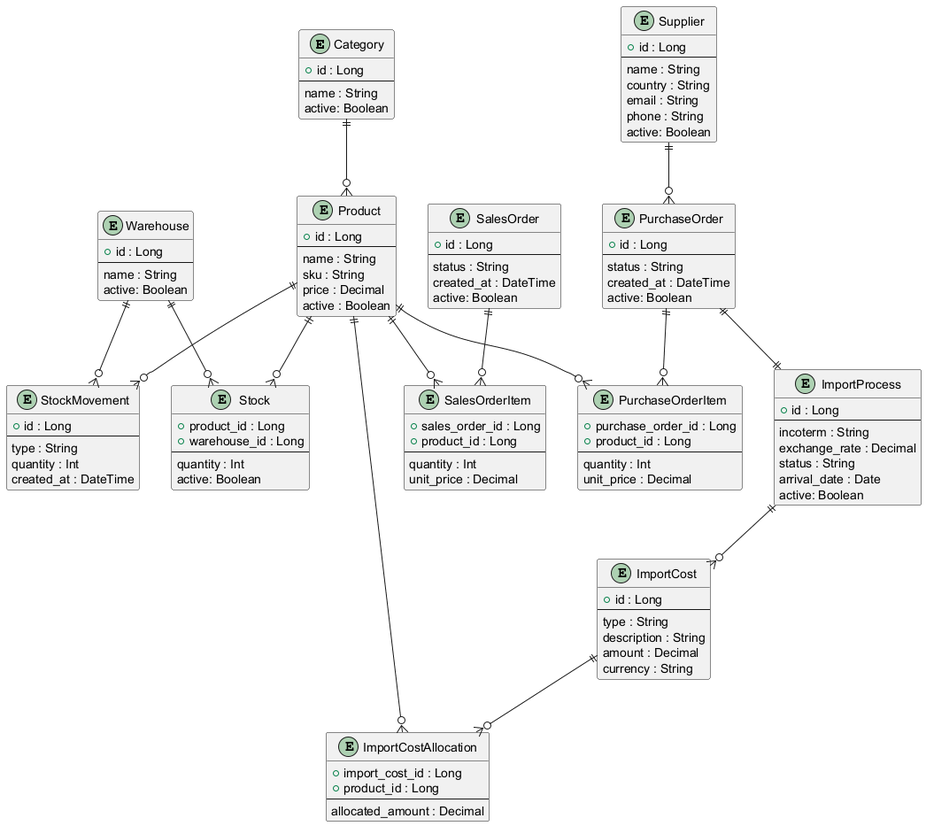
Above: docs/all_@startuml.png in gabrielleite03/kenjix_persist (PlantUML), before the change.
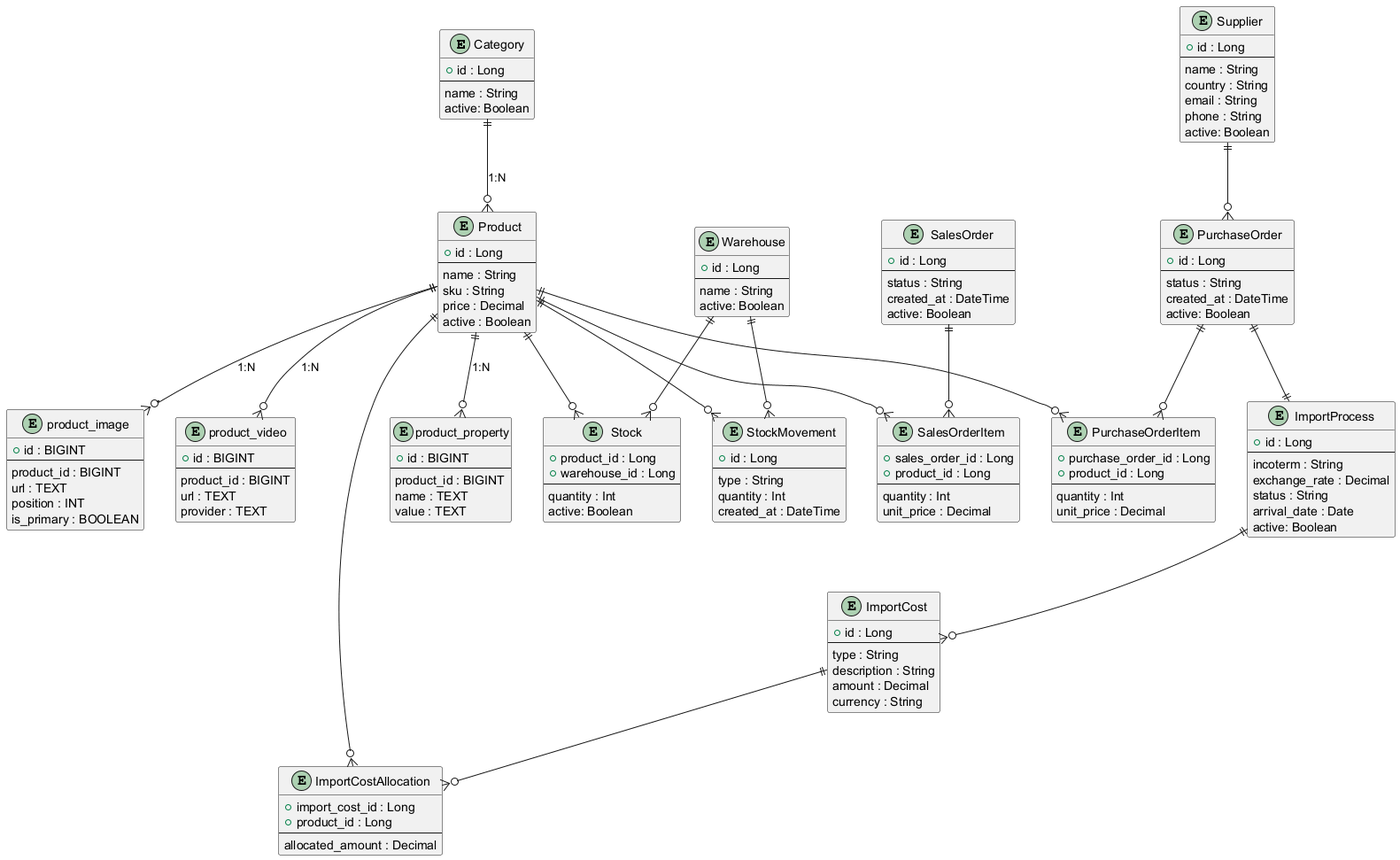
After the commit.

Change to the diagram source:
```diff
@@ -15,7 +15,35 @@
   active : Boolean
 }
 
-Category ||--o{ Product
+entity product_property {
+  +id : BIGINT
+  --
+  product_id : BIGINT
+  name : TEXT
+  value : TEXT
+}
+
+entity product_image {
+  +id : BIGINT
+  --
+  product_id : BIGINT
+  url : TEXT
+  position : INT
+  is_primary : BOOLEAN
+}
+
+entity product_video {
+  +id : BIGINT
+  --
+  product_id : BIGINT
+  url : TEXT
+  provider : TEXT
+}
+
+Category ||--o{ Product : "1:N"
+Product ||--o{ product_property : "1:N"
+Product ||--o{ product_image : "1:N"
+Product ||--o{ product_video : "1:N"
 
 entity Warehouse {
   +id : Long
```
